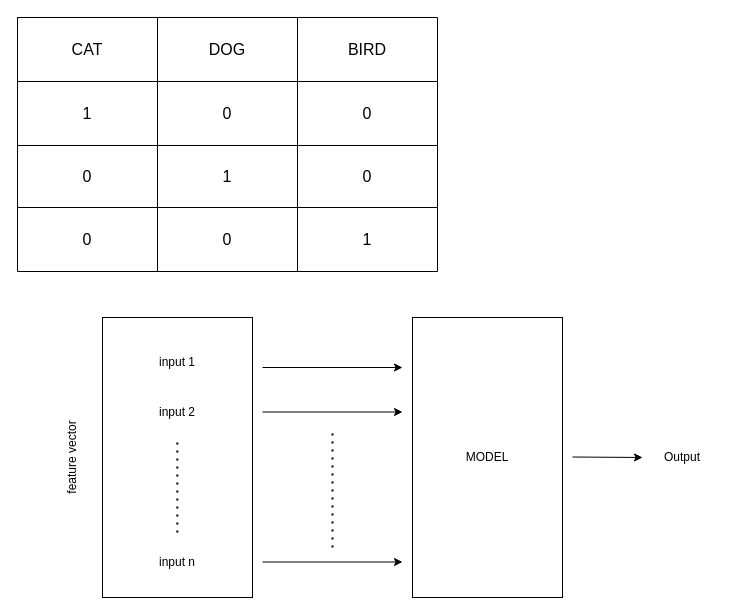
Before: page "Page-1" (1 of 6) of machinelearning/freecodecamp/Machine Learning.drawio in pradyotprksh/development_learning, a draw.io diagram. Source tidied: cells renumbered, new cells numbered last; positions are measured from the earlier drawing's top-left corner, leaving out a move shared by most shapes. Both pictures are drawn from the tidied source at 100%, with x=0, y=0 at pixel (17, 17).
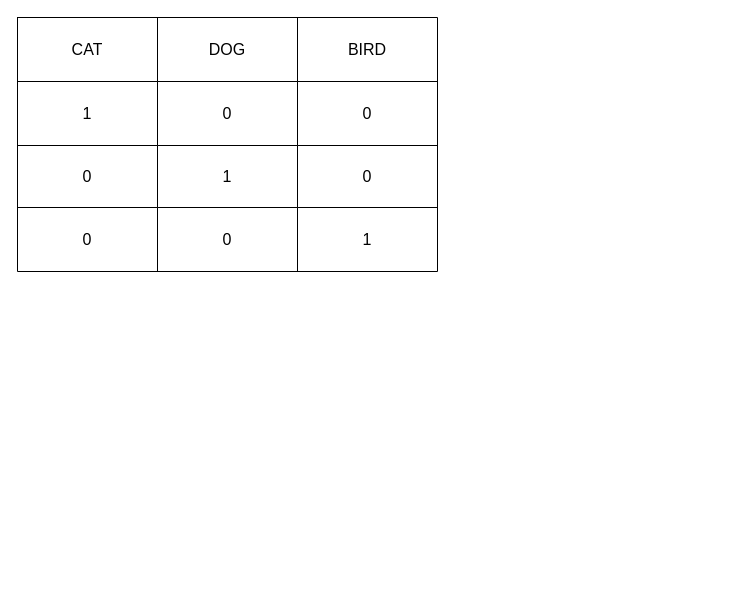
The same diagram, later.

The edit, as a diff of the source:
```diff
@@
-    <mxCell id="19" style="rounded=0;whiteSpace=wrap;html=1;" parent="1" vertex="1">
-      <mxGeometry x="85" y="300" width="150" height="280" as="geometry" />
-    </mxCell>
-    <mxCell id="20" value="input 1" style="text;html=1;align=center;verticalAlign=middle;whiteSpace=wrap;rounded=0;" parent="1" vertex="1">
-      <mxGeometry x="130" y="330" width="60" height="30" as="geometry" />
-    </mxCell>
-    <mxCell id="21" value="input 2" style="text;html=1;align=center;verticalAlign=middle;whiteSpace=wrap;rounded=0;" parent="1" vertex="1">
-      <mxGeometry x="130" y="380" width="60" height="30" as="geometry" />
-    </mxCell>
-    <mxCell id="22" value="input n" style="text;html=1;align=center;verticalAlign=middle;whiteSpace=wrap;rounded=0;" parent="1" vertex="1">
-      <mxGeometry x="130" y="530" width="60" height="30" as="geometry" />
-    </mxCell>
-    <mxCell id="23" value="feature vector" style="text;html=1;align=center;verticalAlign=middle;whiteSpace=wrap;rounded=0;rotation=-90;" parent="1" vertex="1">
-      <mxGeometry x="5" y="425" width="100" height="30" as="geometry" />
-    </mxCell>
-    <mxCell id="24" value="MODEL" style="rounded=0;whiteSpace=wrap;html=1;" parent="1" vertex="1">
-      <mxGeometry x="395" y="300" width="150" height="280" as="geometry" />
-    </mxCell>
-    <mxCell id="25" style="endArrow=classic;html=1;rounded=0;" parent="1" edge="1">
-      <mxGeometry relative="1" as="geometry">
-        <mxPoint x="245" y="350" as="sourcePoint" />
-        <mxPoint x="385" y="350" as="targetPoint" />
-      </mxGeometry>
-    </mxCell>
-    <mxCell id="26" style="endArrow=classic;html=1;rounded=0;" parent="1" edge="1">
-      <mxGeometry relative="1" as="geometry">
-        <mxPoint x="245" y="394.5" as="sourcePoint" />
-        <mxPoint x="385" y="394.5" as="targetPoint" />
-      </mxGeometry>
-    </mxCell>
-    <mxCell id="27" style="endArrow=classic;html=1;rounded=0;" parent="1" edge="1">
-      <mxGeometry relative="1" as="geometry">
-        <mxPoint x="245" y="544.5" as="sourcePoint" />
-        <mxPoint x="385" y="544.5" as="targetPoint" />
-      </mxGeometry>
-    </mxCell>
-    <mxCell id="28" style="endArrow=none;dashed=1;html=1;dashPattern=1 3;strokeWidth=2;rounded=0;" parent="1" edge="1">
-      <mxGeometry relative="1" as="geometry">
-        <mxPoint x="315" y="530" as="sourcePoint" />
-        <mxPoint x="315" y="410" as="targetPoint" />
-      </mxGeometry>
-    </mxCell>
-    <mxCell id="29" style="endArrow=none;dashed=1;html=1;dashPattern=1 3;strokeWidth=2;rounded=0;" parent="1" edge="1">
-      <mxGeometry relative="1" as="geometry">
-        <mxPoint x="159.8" y="515" as="sourcePoint" />
-        <mxPoint x="159.8" y="425" as="targetPoint" />
-      </mxGeometry>
-    </mxCell>
-    <mxCell id="30" style="endArrow=classic;html=1;rounded=0;" parent="1" edge="1">
-      <mxGeometry relative="1" as="geometry">
-        <mxPoint x="555" y="439.5" as="sourcePoint" />
-        <mxPoint x="625" y="440" as="targetPoint" />
-      </mxGeometry>
-    </mxCell>
-    <mxCell id="31" value="Output" style="text;html=1;align=center;verticalAlign=middle;whiteSpace=wrap;rounded=0;" parent="1" vertex="1">
-      <mxGeometry x="635" y="425" width="60" height="30" as="geometry" />
-    </mxCell>
```
